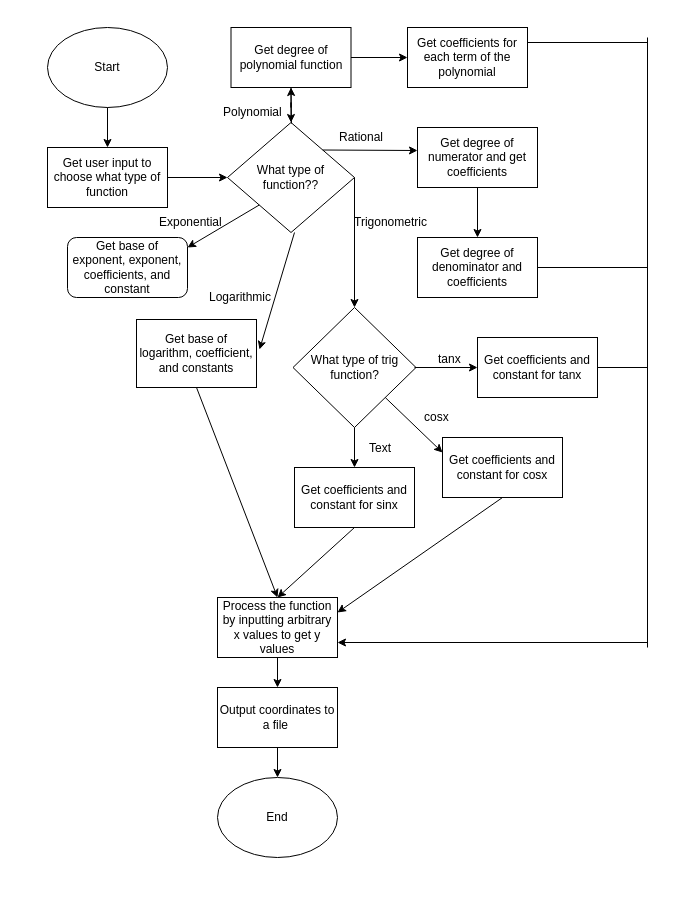
Before: SoftwareDesign.drawio in AveryChiu64/GraphingRobot, a draw.io diagram. Source tidied: cells renumbered, new cells numbered last; positions are measured from the earlier drawing's top-left corner, leaving out a move shared by most shapes. Both pictures are drawn from the tidied source at 100%, with x=0, y=0 at pixel (47, 27).
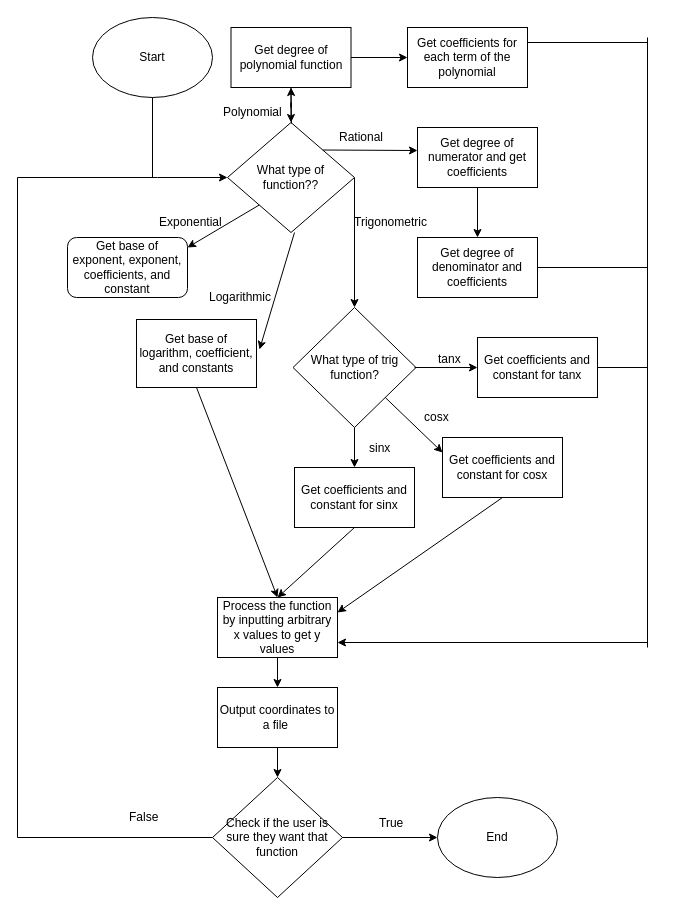
The same page after the edit.

Unchanged cells that the change refers to:
```xml
<mxCell id="5" value="What type of function??" style="rhombus;whiteSpace=wrap;html=1;" parent="1" vertex="1">
  <mxGeometry x="180" y="95" width="127" height="110" as="geometry" />
</mxCell>
<mxCell id="45" value="Output coordinates to a file&amp;nbsp;" style="rounded=0;whiteSpace=wrap;html=1;" parent="1" vertex="1">
  <mxGeometry x="170" y="660" width="120" height="60" as="geometry" />
</mxCell>
```

Change to the diagram source:
```diff
@@
     <mxCell id="2" value="Start" style="ellipse;whiteSpace=wrap;html=1;" parent="1" vertex="1">
-      <mxGeometry width="120" height="80" as="geometry" />
+      <mxGeometry x="45" y="-10" width="120" height="80" as="geometry" />
     </mxCell>
-    <mxCell id="3" style="endArrow=classic;html=1;exitX=0.5;exitY=1;exitDx=0;exitDy=0;entryX=0.5;entryY=0;entryDx=0;entryDy=0;" parent="1" edge="1" source="2">
-      <mxGeometry relative="1" as="geometry">
-        <mxPoint x="60" y="120" as="targetPoint" />
-      </mxGeometry>
-    </mxCell>
-    <mxCell id="4" value="Get user input to choose what type of function" style="rounded=0;whiteSpace=wrap;html=1;" parent="1" vertex="1">
-      <mxGeometry y="120" width="120" height="60" as="geometry" />
-    </mxCell>
@@
     <mxCell id="6" style="endArrow=classic;html=1;entryX=0;entryY=0.5;entryDx=0;entryDy=0;" parent="1" edge="1" target="5">
       <mxGeometry relative="1" as="geometry">
-        <mxPoint x="120" y="150" as="sourcePoint" />
+        <mxPoint x="110" y="150" as="sourcePoint" />
       </mxGeometry>
     </mxCell>
@@
-    <mxCell id="29" value="Text" style="text;html=1;align=left;verticalAlign=top;spacingTop=-4;" parent="1" vertex="1">
+    <mxCell id="29" value="sinx&lt;br&gt;" style="text;html=1;align=left;verticalAlign=top;spacingTop=-4;" parent="1" vertex="1">
       <mxGeometry x="320" y="411" width="40" height="20" as="geometry" />
     </mxCell>
@@
+    <mxCell id="48" style="endArrow=classic;html=1;entryX=0.5;entryY=0;entryDx=0;entryDy=0;" parent="1" edge="1" source="45">
+      <mxGeometry relative="1" as="geometry">
+        <mxPoint x="230" y="750" as="targetPoint" />
+      </mxGeometry>
+    </mxCell>
+    <mxCell id="49" value="Check if the user is sure they want that function" style="rhombus;whiteSpace=wrap;html=1;" parent="1" vertex="1">
+      <mxGeometry x="165" y="750" width="130" height="120" as="geometry" />
+    </mxCell>
+    <mxCell id="50" style="endArrow=classic;html=1;" parent="1" edge="1" source="49">
+      <mxGeometry relative="1" as="geometry">
+        <mxPoint x="390" y="810" as="targetPoint" />
+      </mxGeometry>
+    </mxCell>
     <mxCell id="47" value="End" style="ellipse;whiteSpace=wrap;html=1;" parent="1" vertex="1">
-      <mxGeometry x="170" y="750" width="120" height="80" as="geometry" />
+      <mxGeometry x="390" y="770" width="120" height="80" as="geometry" />
     </mxCell>
-    <mxCell id="48" style="endArrow=classic;html=1;entryX=0.5;entryY=0;entryDx=0;entryDy=0;" parent="1" edge="1" source="45" target="47">
-      <mxGeometry relative="1" as="geometry" />
-    </mxCell>
+    <mxCell id="51" style="endArrow=none;html=1;entryX=0;entryY=0.5;entryDx=0;entryDy=0;" parent="1" edge="1" target="49">
+      <mxGeometry relative="1" as="geometry">
+        <mxPoint x="-30" y="810" as="sourcePoint" />
+      </mxGeometry>
+    </mxCell>
+    <mxCell id="52" value="True" style="text;html=1;align=left;verticalAlign=top;spacingTop=-4;" parent="1" vertex="1">
+      <mxGeometry x="330" y="786" width="40" height="20" as="geometry" />
+    </mxCell>
+    <mxCell id="53" value="False" style="text;html=1;align=left;verticalAlign=top;spacingTop=-4;" parent="1" vertex="1">
+      <mxGeometry x="80" y="780" width="40" height="20" as="geometry" />
+    </mxCell>
+    <mxCell id="54" style="endArrow=none;html=1;entryX=0.5;entryY=1;entryDx=0;entryDy=0;" parent="1" edge="1" target="2">
+      <mxGeometry relative="1" as="geometry">
+        <mxPoint x="105" y="150" as="sourcePoint" />
+      </mxGeometry>
+    </mxCell>
+    <mxCell id="55" style="endArrow=none;html=1;" parent="1" edge="1">
+      <mxGeometry relative="1" as="geometry">
+        <mxPoint x="-30" y="810" as="sourcePoint" />
+        <mxPoint x="-30" y="150" as="targetPoint" />
+      </mxGeometry>
+    </mxCell>
+    <mxCell id="56" style="endArrow=none;html=1;" parent="1" edge="1">
+      <mxGeometry relative="1" as="geometry">
+        <mxPoint x="-30" y="150" as="sourcePoint" />
+        <mxPoint x="110" y="150" as="targetPoint" />
+      </mxGeometry>
+    </mxCell>
```
